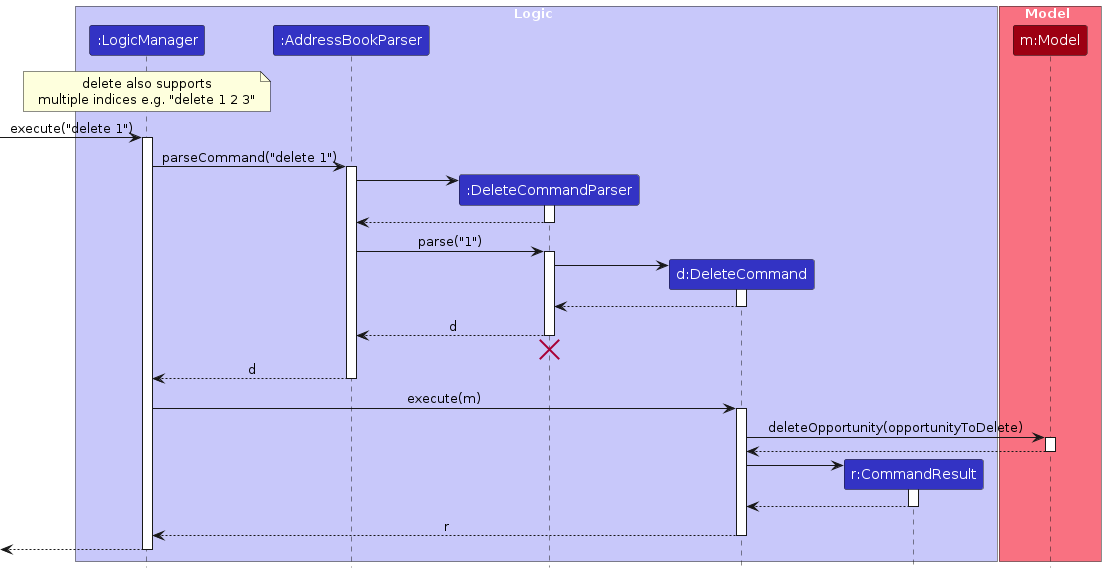
AY2526S2-CS2103T-W13-2/tp keeps this PlantUML diagram as diagrams/DeleteSequenceDiagram.png. Above is the earlier version. Its source is kept beside it as diagrams/DeleteSequenceDiagram.puml. Its diagram source:
```plantuml
@startuml
!include style.puml
skinparam ArrowFontStyle plain

box Logic LOGIC_COLOR_T1
participant ":LogicManager" as LogicManager LOGIC_COLOR
participant ":AddressBookParser" as AddressBookParser LOGIC_COLOR
participant ":DeleteCommandParser" as DeleteCommandParser LOGIC_COLOR
participant "d:DeleteCommand" as DeleteCommand LOGIC_COLOR
participant "r:CommandResult" as CommandResult LOGIC_COLOR
end box

box Model MODEL_COLOR_T1
participant "m:Model" as Model MODEL_COLOR
end box

note over LogicManager: delete also supports\nmultiple indices e.g. "delete 1 2 3"
[-> LogicManager : execute("delete 1")
activate LogicManager

LogicManager -> AddressBookParser : parseCommand("delete 1")
activate AddressBookParser

create DeleteCommandParser
AddressBookParser -> DeleteCommandParser
activate DeleteCommandParser

DeleteCommandParser --> AddressBookParser
deactivate DeleteCommandParser

AddressBookParser -> DeleteCommandParser : parse("1")
activate DeleteCommandParser

create DeleteCommand
DeleteCommandParser -> DeleteCommand
activate DeleteCommand

DeleteCommand --> DeleteCommandParser :
deactivate DeleteCommand

DeleteCommandParser --> AddressBookParser : d
deactivate DeleteCommandParser
DeleteCommandParser -[hidden]-> AddressBookParser
destroy DeleteCommandParser

AddressBookParser --> LogicManager : d
deactivate AddressBookParser

LogicManager -> DeleteCommand : execute(m)
activate DeleteCommand

DeleteCommand -> Model : deleteOpportunity(opportunityToDelete)
activate Model

Model --> DeleteCommand
deactivate Model

create CommandResult
DeleteCommand -> CommandResult
activate CommandResult

CommandResult --> DeleteCommand
deactivate CommandResult

DeleteCommand --> LogicManager : r
deactivate DeleteCommand

[<--LogicManager
deactivate LogicManager
@enduml
```
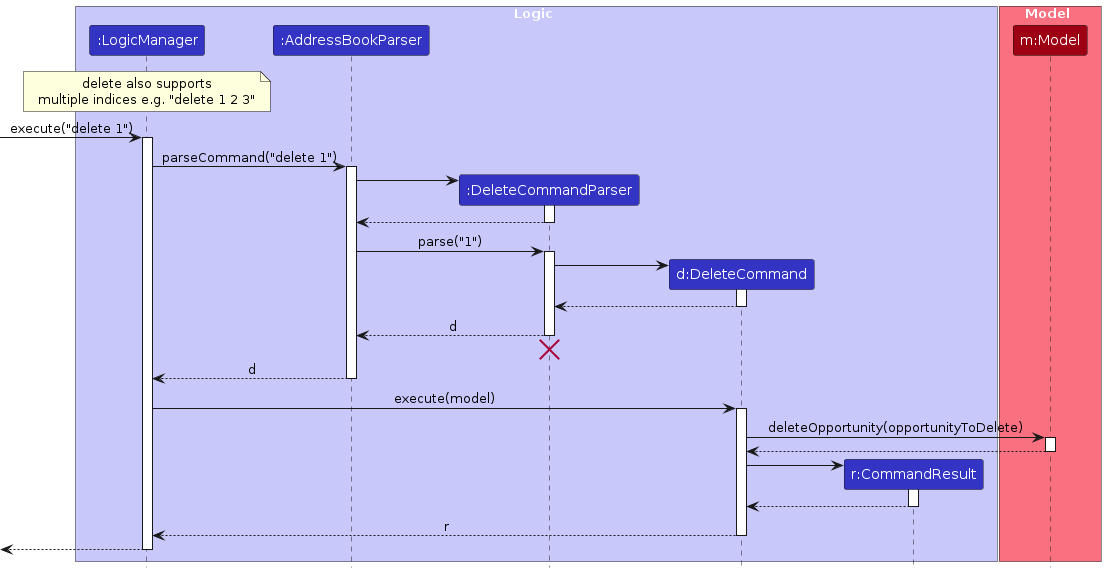
Above is the later version.

What changed in the source:
```diff
@@ -46,7 +46,7 @@
 AddressBookParser --> LogicManager : d
 deactivate AddressBookParser
 
-LogicManager -> DeleteCommand : execute(m)
+LogicManager -> DeleteCommand : execute(model)
 activate DeleteCommand
 
 DeleteCommand -> Model : deleteOpportunity(opportunityToDelete)
```
